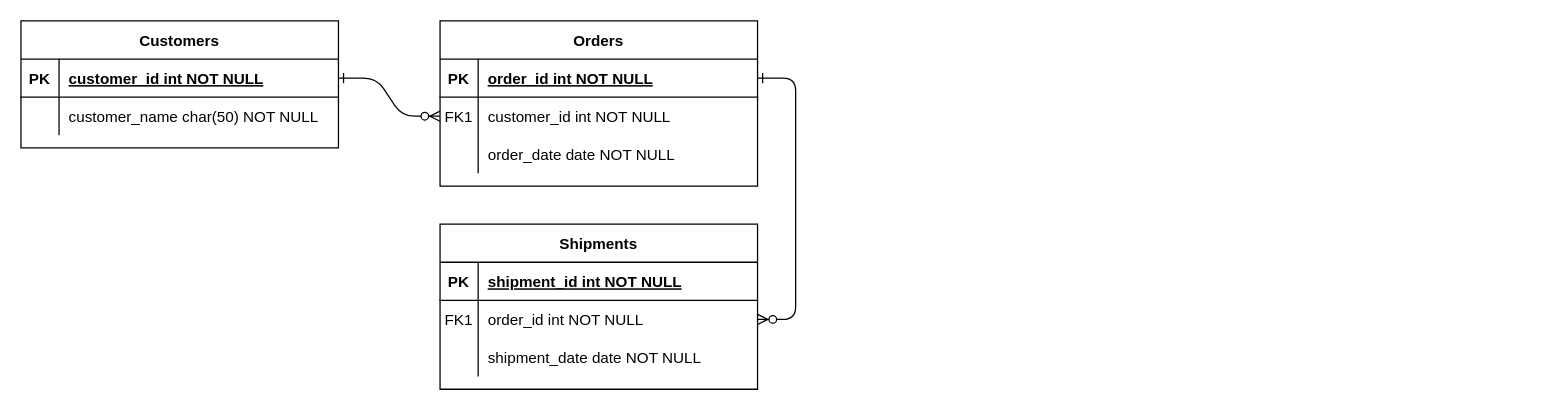
Above: Quiz4_141021.drawio in AmirAini/BackEndDay1 (draw.io), before the change. Source tidied: cells renumbered, new cells numbered last; positions are measured from the earlier drawing's top-left corner, leaving out a move shared by most shapes. Both pictures are drawn from the tidied source at 127%, with x=0, y=0 at pixel (20, 20).
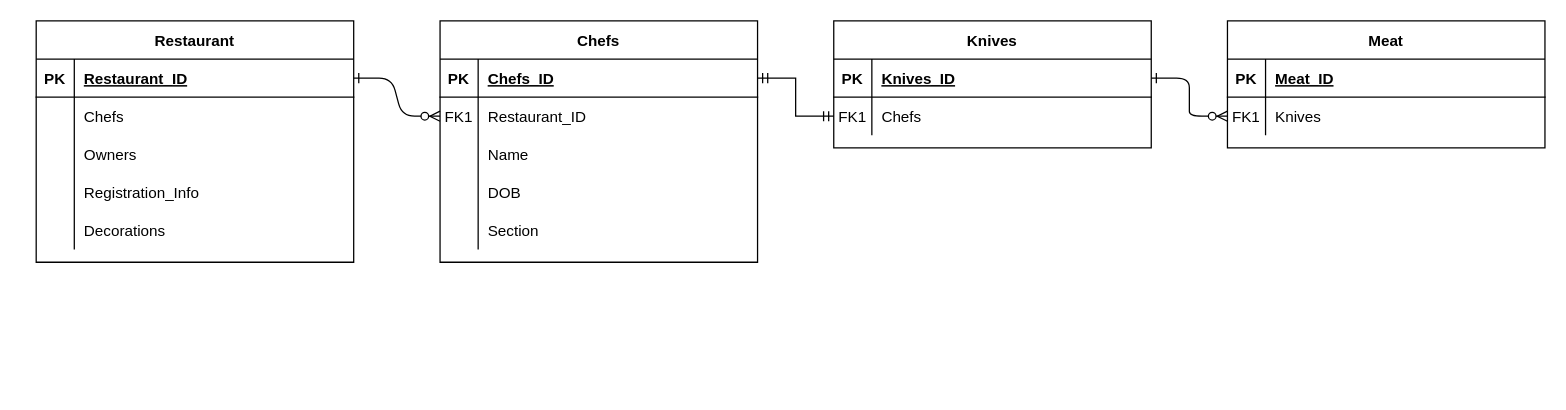
Above is the later version.

The change refers to these unchanged cells:
```xml
<mxCell id="5" style="shape=partialRectangle;fillColor=none;points=[[0,0.5],[1,0.5]];portConstraint=eastwest;top=0;left=0;right=0;bottom=1;" parent="4" vertex="1">
  <mxGeometry y="30" width="250" height="30" as="geometry" />
</mxCell>
<mxCell id="8" style="shape=partialRectangle;fillColor=none;points=[[0,0.5],[1,0.5]];portConstraint=eastwest;top=0;left=0;right=0;bottom=0;" parent="4" vertex="1">
  <mxGeometry y="60" width="250" height="30" as="geometry" />
</mxCell>
<mxCell id="15" style="shape=partialRectangle;fillColor=none;points=[[0,0.5],[1,0.5]];portConstraint=eastwest;top=0;left=0;right=0;bottom=1;" parent="14" vertex="1">
  <mxGeometry y="30" width="250" height="30" as="geometry" />
</mxCell>
<mxCell id="18" style="shape=partialRectangle;fillColor=none;points=[[0,0.5],[1,0.5]];portConstraint=eastwest;top=0;left=0;right=0;bottom=0;" parent="14" vertex="1">
  <mxGeometry y="60" width="250" height="30" as="geometry" />
</mxCell>
<mxCell id="25" style="shape=partialRectangle;fillColor=none;points=[[0,0.5],[1,0.5]];portConstraint=eastwest;top=0;left=0;right=0;bottom=1;" parent="24" vertex="1">
  <mxGeometry y="30" width="250" height="30" as="geometry" />
</mxCell>
<mxCell id="28" style="shape=partialRectangle;fillColor=none;top=0;left=0;right=0;bottom=0;" parent="24" vertex="1">
  <mxGeometry y="60" width="250" height="30" as="geometry" />
</mxCell>
```

Diff of the diagram source:
```diff
@@
-    <mxCell id="3" style="edgeStyle=entityRelationEdgeStyle;endArrow=ERzeroToMany;startArrow=ERone;endFill=1;startFill=0;" parent="1" edge="1" source="5" target="18">
-      <mxGeometry relative="1" as="geometry" />
-    </mxCell>
-    <mxCell id="4" value="Orders" style="shape=table;startSize=30;childLayout=tableLayout;rowLines=0;fontStyle=1;align=center;" parent="1" vertex="1">
-      <mxGeometry x="330" width="250" height="130" as="geometry" />
+    <mxCell id="4" value="Chefs" style="shape=table;startSize=30;childLayout=tableLayout;rowLines=0;fontStyle=1;align=center;" parent="1" vertex="1">
+      <mxGeometry x="330" width="250" height="190" as="geometry" />
     </mxCell>
@@
-    <mxCell id="7" value="order_id int NOT NULL " style="shape=partialRectangle;overflow=hidden;fillColor=none;top=0;left=0;bottom=0;right=0;align=left;spacingLeft=6;fontStyle=5;" parent="5" vertex="1">
+    <mxCell id="7" value="Chefs_ID" style="shape=partialRectangle;overflow=hidden;fillColor=none;top=0;left=0;bottom=0;right=0;align=left;spacingLeft=6;fontStyle=5;" parent="5" vertex="1">
       <mxGeometry x="30" width="220" height="30" as="geometry" />
     </mxCell>
@@
-    <mxCell id="10" value="customer_id int NOT NULL" style="shape=partialRectangle;overflow=hidden;fillColor=none;top=0;left=0;bottom=0;right=0;align=left;spacingLeft=6;" parent="8" vertex="1">
+    <mxCell id="10" value="Restaurant_ID" style="shape=partialRectangle;overflow=hidden;fillColor=none;top=0;left=0;bottom=0;right=0;align=left;spacingLeft=6;" parent="8" vertex="1">
       <mxGeometry x="30" width="220" height="30" as="geometry" />
     </mxCell>
-    <mxCell id="11" style="shape=partialRectangle;fillColor=none;top=0;left=0;right=0;bottom=0;" parent="4" vertex="1">
-      <mxGeometry y="90" width="250" height="30" as="geometry" />
-    </mxCell>
-    <mxCell id="12" style="shape=partialRectangle;overflow=hidden;fillColor=none;top=0;left=0;bottom=0;right=0;" parent="11" vertex="1">
-      <mxGeometry width="30" height="30" as="geometry" />
-    </mxCell>
-    <mxCell id="13" value="order_date date NOT NULL" style="shape=partialRectangle;overflow=hidden;fillColor=none;top=0;left=0;bottom=0;right=0;align=left;spacingLeft=6;" parent="11" vertex="1">
-      <mxGeometry x="30" width="220" height="30" as="geometry" />
-    </mxCell>
+    <mxCell id="31" style="shape=partialRectangle;fillColor=none;top=0;left=0;right=0;bottom=0;" parent="4" vertex="1">
+      <mxGeometry y="90" width="250" height="30" as="geometry" />
+    </mxCell>
+    <mxCell id="32" style="shape=partialRectangle;overflow=hidden;fillColor=none;top=0;left=0;bottom=0;right=0;" parent="31" vertex="1">
+      <mxGeometry width="30" height="30" as="geometry" />
+    </mxCell>
+    <mxCell id="33" value="Name" style="shape=partialRectangle;overflow=hidden;fillColor=none;top=0;left=0;bottom=0;right=0;align=left;spacingLeft=6;" parent="31" vertex="1">
+      <mxGeometry x="30" width="220" height="30" as="geometry" />
+    </mxCell>
+    <mxCell id="34" style="shape=partialRectangle;fillColor=none;top=0;left=0;right=0;bottom=0;" parent="4" vertex="1">
+      <mxGeometry y="120" width="250" height="30" as="geometry" />
+    </mxCell>
+    <mxCell id="35" style="shape=partialRectangle;overflow=hidden;fillColor=none;top=0;left=0;bottom=0;right=0;" parent="34" vertex="1">
+      <mxGeometry width="30" height="30" as="geometry" />
+    </mxCell>
+    <mxCell id="36" value="DOB" style="shape=partialRectangle;overflow=hidden;fillColor=none;top=0;left=0;bottom=0;right=0;align=left;spacingLeft=6;" parent="34" vertex="1">
+      <mxGeometry x="30" width="220" height="30" as="geometry" />
+    </mxCell>
+    <mxCell id="37" style="shape=partialRectangle;fillColor=none;top=0;left=0;right=0;bottom=0;" parent="4" vertex="1">
+      <mxGeometry y="150" width="250" height="30" as="geometry" />
+    </mxCell>
+    <mxCell id="38" style="shape=partialRectangle;overflow=hidden;fillColor=none;top=0;left=0;bottom=0;right=0;" parent="37" vertex="1">
+      <mxGeometry width="30" height="30" as="geometry" />
+    </mxCell>
+    <mxCell id="39" value="Section" style="shape=partialRectangle;overflow=hidden;fillColor=none;top=0;left=0;bottom=0;right=0;align=left;spacingLeft=6;" parent="37" vertex="1">
+      <mxGeometry x="30" width="220" height="30" as="geometry" />
+    </mxCell>
-    <mxCell id="14" value="Shipments" style="shape=table;startSize=30;childLayout=tableLayout;rowLines=0;fontStyle=1;align=center;" parent="1" vertex="1">
-      <mxGeometry x="330" y="160" width="250" height="130" as="geometry" />
+    <mxCell id="14" value="Knives" style="shape=table;startSize=30;childLayout=tableLayout;rowLines=0;fontStyle=1;align=center;" parent="1" vertex="1">
+      <mxGeometry x="640" width="250" height="100" as="geometry" />
     </mxCell>
@@
-    <mxCell id="17" value="shipment_id int NOT NULL " style="shape=partialRectangle;overflow=hidden;fillColor=none;top=0;left=0;bottom=0;right=0;align=left;spacingLeft=6;fontStyle=5;" parent="15" vertex="1">
+    <mxCell id="17" value="Knives_ID" style="shape=partialRectangle;overflow=hidden;fillColor=none;top=0;left=0;bottom=0;right=0;align=left;spacingLeft=6;fontStyle=5;" parent="15" vertex="1">
       <mxGeometry x="30" width="220" height="30" as="geometry" />
     </mxCell>
@@
-    <mxCell id="20" value="order_id int NOT NULL" style="shape=partialRectangle;overflow=hidden;fillColor=none;top=0;left=0;bottom=0;right=0;align=left;spacingLeft=6;" parent="18" vertex="1">
+    <mxCell id="20" value="Chefs" style="shape=partialRectangle;overflow=hidden;fillColor=none;top=0;left=0;bottom=0;right=0;align=left;spacingLeft=6;" parent="18" vertex="1">
       <mxGeometry x="30" width="220" height="30" as="geometry" />
     </mxCell>
-    <mxCell id="21" style="shape=partialRectangle;fillColor=none;top=0;left=0;right=0;bottom=0;" parent="14" vertex="1">
-      <mxGeometry y="90" width="250" height="30" as="geometry" />
-    </mxCell>
-    <mxCell id="22" style="shape=partialRectangle;overflow=hidden;fillColor=none;top=0;left=0;bottom=0;right=0;" parent="21" vertex="1">
-      <mxGeometry width="30" height="30" as="geometry" />
-    </mxCell>
-    <mxCell id="23" value="shipment_date date NOT NULL" style="shape=partialRectangle;overflow=hidden;fillColor=none;top=0;left=0;bottom=0;right=0;align=left;spacingLeft=6;" parent="21" vertex="1">
-      <mxGeometry x="30" width="220" height="30" as="geometry" />
-    </mxCell>
-    <mxCell id="24" value="Customers" style="shape=table;startSize=30;childLayout=tableLayout;rowLines=0;fontStyle=1;align=center;" parent="1" vertex="1">
-      <mxGeometry width="250" height="100" as="geometry" />
+    <mxCell id="24" value="Restaurant" style="shape=table;startSize=30;childLayout=tableLayout;rowLines=0;fontStyle=1;align=center;" parent="1" vertex="1">
+      <mxGeometry x="12" width="250" height="190" as="geometry" />
     </mxCell>
@@
-    <mxCell id="27" value="customer_id int NOT NULL " style="shape=partialRectangle;overflow=hidden;fillColor=none;top=0;left=0;bottom=0;right=0;align=left;spacingLeft=6;fontStyle=5;" parent="25" vertex="1">
+    <mxCell id="27" value="Restaurant_ID" style="shape=partialRectangle;overflow=hidden;fillColor=none;top=0;left=0;bottom=0;right=0;align=left;spacingLeft=6;fontStyle=5;" parent="25" vertex="1">
       <mxGeometry x="30" width="220" height="30" as="geometry" />
     </mxCell>
@@
-    <mxCell id="30" value="customer_name char(50) NOT NULL" style="shape=partialRectangle;overflow=hidden;fillColor=none;top=0;left=0;bottom=0;right=0;align=left;spacingLeft=6;" parent="28" vertex="1">
+    <mxCell id="30" value="Chefs" style="shape=partialRectangle;overflow=hidden;fillColor=none;top=0;left=0;bottom=0;right=0;align=left;spacingLeft=6;" parent="28" vertex="1">
       <mxGeometry x="30" width="220" height="30" as="geometry" />
     </mxCell>
+    <mxCell id="40" style="shape=partialRectangle;fillColor=none;top=0;left=0;right=0;bottom=0;" parent="24" vertex="1">
+      <mxGeometry y="90" width="250" height="30" as="geometry" />
+    </mxCell>
+    <mxCell id="41" style="shape=partialRectangle;overflow=hidden;fillColor=none;top=0;left=0;bottom=0;right=0;" parent="40" vertex="1">
+      <mxGeometry width="30" height="30" as="geometry" />
+    </mxCell>
+    <mxCell id="42" value="Owners" style="shape=partialRectangle;overflow=hidden;fillColor=none;top=0;left=0;bottom=0;right=0;align=left;spacingLeft=6;" parent="40" vertex="1">
+      <mxGeometry x="30" width="220" height="30" as="geometry" />
+    </mxCell>
+    <mxCell id="43" style="shape=partialRectangle;fillColor=none;top=0;left=0;right=0;bottom=0;" parent="24" vertex="1">
+      <mxGeometry y="120" width="250" height="30" as="geometry" />
+    </mxCell>
+    <mxCell id="44" style="shape=partialRectangle;overflow=hidden;fillColor=none;top=0;left=0;bottom=0;right=0;" parent="43" vertex="1">
+      <mxGeometry width="30" height="30" as="geometry" />
+    </mxCell>
+    <mxCell id="45" value="Registration_Info" style="shape=partialRectangle;overflow=hidden;fillColor=none;top=0;left=0;bottom=0;right=0;align=left;spacingLeft=6;" parent="43" vertex="1">
+      <mxGeometry x="30" width="220" height="30" as="geometry" />
+    </mxCell>
+    <mxCell id="46" style="shape=partialRectangle;fillColor=none;top=0;left=0;right=0;bottom=0;" parent="24" vertex="1">
+      <mxGeometry y="150" width="250" height="30" as="geometry" />
+    </mxCell>
+    <mxCell id="47" style="shape=partialRectangle;overflow=hidden;fillColor=none;top=0;left=0;bottom=0;right=0;" parent="46" vertex="1">
+      <mxGeometry width="30" height="30" as="geometry" />
+    </mxCell>
+    <mxCell id="48" value="Decorations" style="shape=partialRectangle;overflow=hidden;fillColor=none;top=0;left=0;bottom=0;right=0;align=left;spacingLeft=6;" parent="46" vertex="1">
+      <mxGeometry x="30" width="220" height="30" as="geometry" />
+    </mxCell>
+    <mxCell id="49" value="Meat" style="shape=table;startSize=30;childLayout=tableLayout;rowLines=0;fontStyle=1;align=center;" parent="1" vertex="1">
+      <mxGeometry x="950" width="250" height="100" as="geometry" />
+    </mxCell>
+    <mxCell id="50" style="shape=partialRectangle;fillColor=none;top=0;left=0;right=0;bottom=1;" parent="49" vertex="1">
+      <mxGeometry y="30" width="250" height="30" as="geometry" />
+    </mxCell>
+    <mxCell id="51" value="PK" style="shape=partialRectangle;overflow=hidden;fillColor=none;top=0;left=0;bottom=0;right=0;fontStyle=1;" parent="50" vertex="1">
+      <mxGeometry width="30" height="30" as="geometry" />
+    </mxCell>
+    <mxCell id="52" value="Meat_ID" style="shape=partialRectangle;overflow=hidden;fillColor=none;top=0;left=0;bottom=0;right=0;align=left;spacingLeft=6;fontStyle=5;" parent="50" vertex="1">
+      <mxGeometry x="30" width="220" height="30" as="geometry" />
+    </mxCell>
+    <mxCell id="53" style="shape=partialRectangle;fillColor=none;points=[[0,0.5],[1,0.5]];portConstraint=eastwest;top=0;left=0;right=0;bottom=0;" parent="49" vertex="1">
+      <mxGeometry y="60" width="250" height="30" as="geometry" />
+    </mxCell>
+    <mxCell id="54" value="FK1" style="shape=partialRectangle;overflow=hidden;fillColor=none;top=0;left=0;bottom=0;right=0;" parent="53" vertex="1">
+      <mxGeometry width="30" height="30" as="geometry" />
+    </mxCell>
+    <mxCell id="55" value="Knives" style="shape=partialRectangle;overflow=hidden;fillColor=none;top=0;left=0;bottom=0;right=0;align=left;spacingLeft=6;" parent="53" vertex="1">
+      <mxGeometry x="30" width="220" height="30" as="geometry" />
+    </mxCell>
+    <mxCell id="56" style="edgeStyle=entityRelationEdgeStyle;endArrow=ERzeroToMany;startArrow=ERone;endFill=1;startFill=0;" parent="1" edge="1" source="15" target="53">
+      <mxGeometry relative="1" as="geometry" />
+    </mxCell>
+    <mxCell id="3" style="edgeStyle=entityRelationEdgeStyle;fontSize=12;html=1;endArrow=ERmandOne;startArrow=ERmandOne;rounded=0;" parent="1" edge="1" source="5" target="18">
+      <mxGeometry relative="1" as="geometry" />
+    </mxCell>
```
